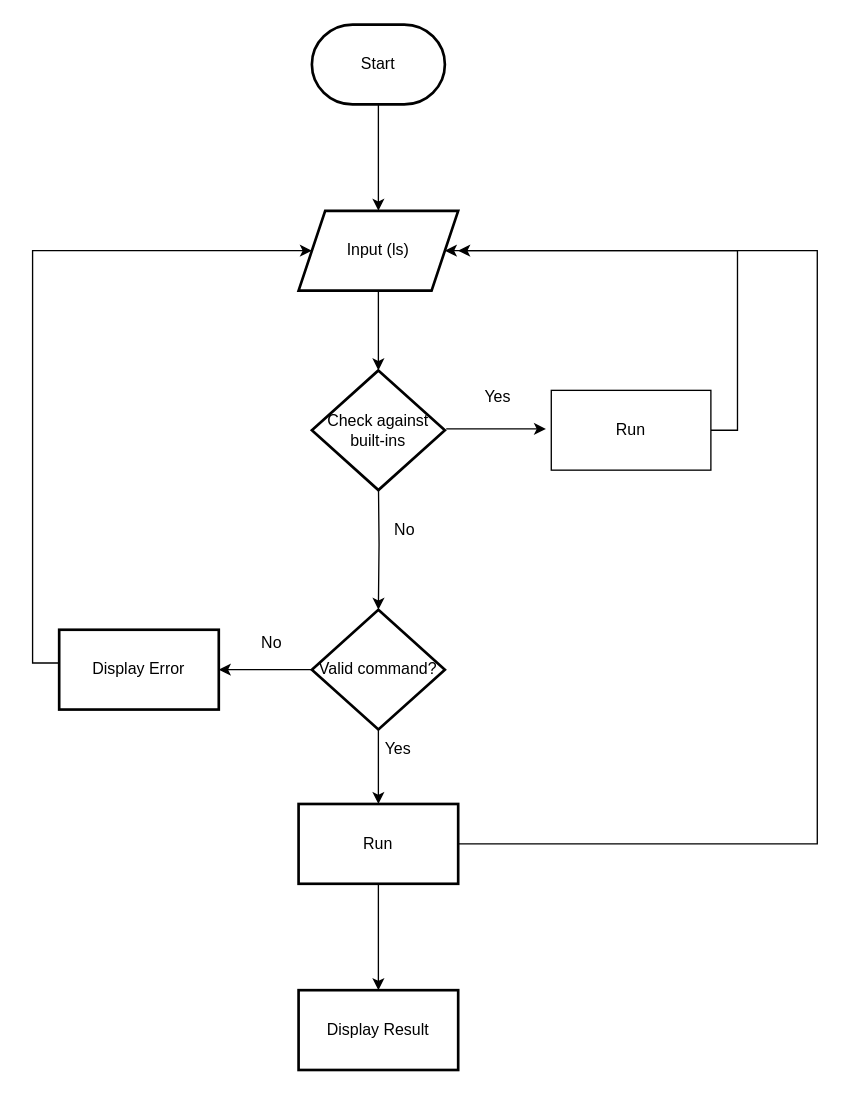
midasmonicker/Shell-Practice keeps this draw.io diagram as Shell Flowchart.drawio. Above is the earlier version. Source tidied: cells renumbered, new cells numbered last; positions are measured from the earlier drawing's top-left corner, leaving out a move shared by most shapes. Both pictures are drawn from the tidied source at 133%, with x=0, y=0 at pixel (32, 24).
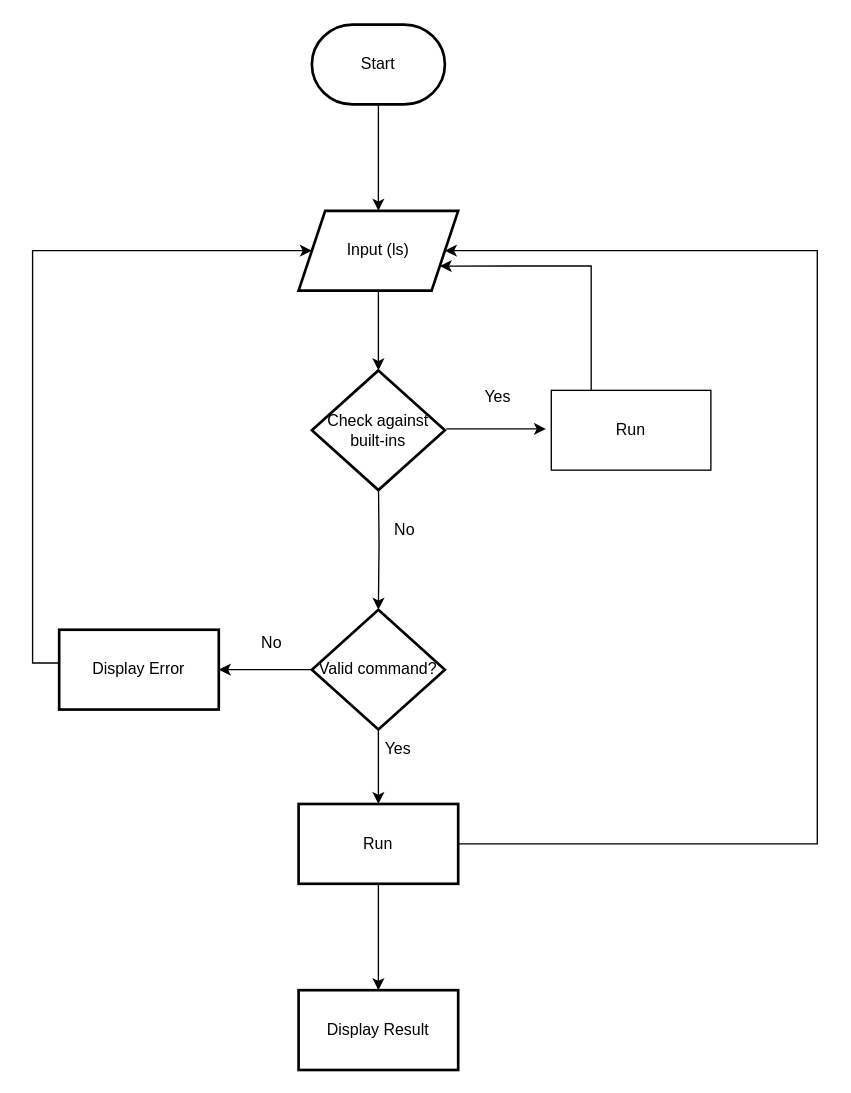
The same diagram, later.

The change refers to these unchanged cells:
```xml
<mxCell id="5" value="Input (ls)" style="shape=parallelogram;perimeter=parallelogramPerimeter;whiteSpace=wrap;html=1;fixedSize=1;strokeWidth=2;" parent="1" vertex="1">
  <mxGeometry x="200" y="140" width="120" height="60" as="geometry" />
</mxCell>
<mxCell id="17" value="Run" style="whiteSpace=wrap;html=1;" parent="1" vertex="1">
  <mxGeometry x="390" y="275" width="120" height="60" as="geometry" />
</mxCell>
```

Diff of the diagram source:
```diff
@@
-    <mxCell id="16" style="edgeStyle=orthogonalEdgeStyle;rounded=0;jettySize=auto;html=1;exitX=1;exitY=0.5;exitDx=0;exitDy=0;" parent="1" edge="1" source="17">
-      <mxGeometry relative="1" as="geometry">
-        <mxPoint x="320" y="170" as="targetPoint" />
-        <Array as="points">
-          <mxPoint x="530" y="305" />
-          <mxPoint x="530" y="170" />
-        </Array>
-      </mxGeometry>
-    </mxCell>
+    <mxCell id="24" style="edgeStyle=orthogonalEdgeStyle;rounded=0;jettySize=auto;html=1;exitX=0.25;exitY=0;exitDx=0;exitDy=0;entryX=1;entryY=0.75;entryDx=0;entryDy=0;" parent="1" edge="1" source="17" target="5">
+      <mxGeometry relative="1" as="geometry">
+        <Array as="points">
+          <mxPoint x="420" y="182" />
+        </Array>
+      </mxGeometry>
+    </mxCell>
```
